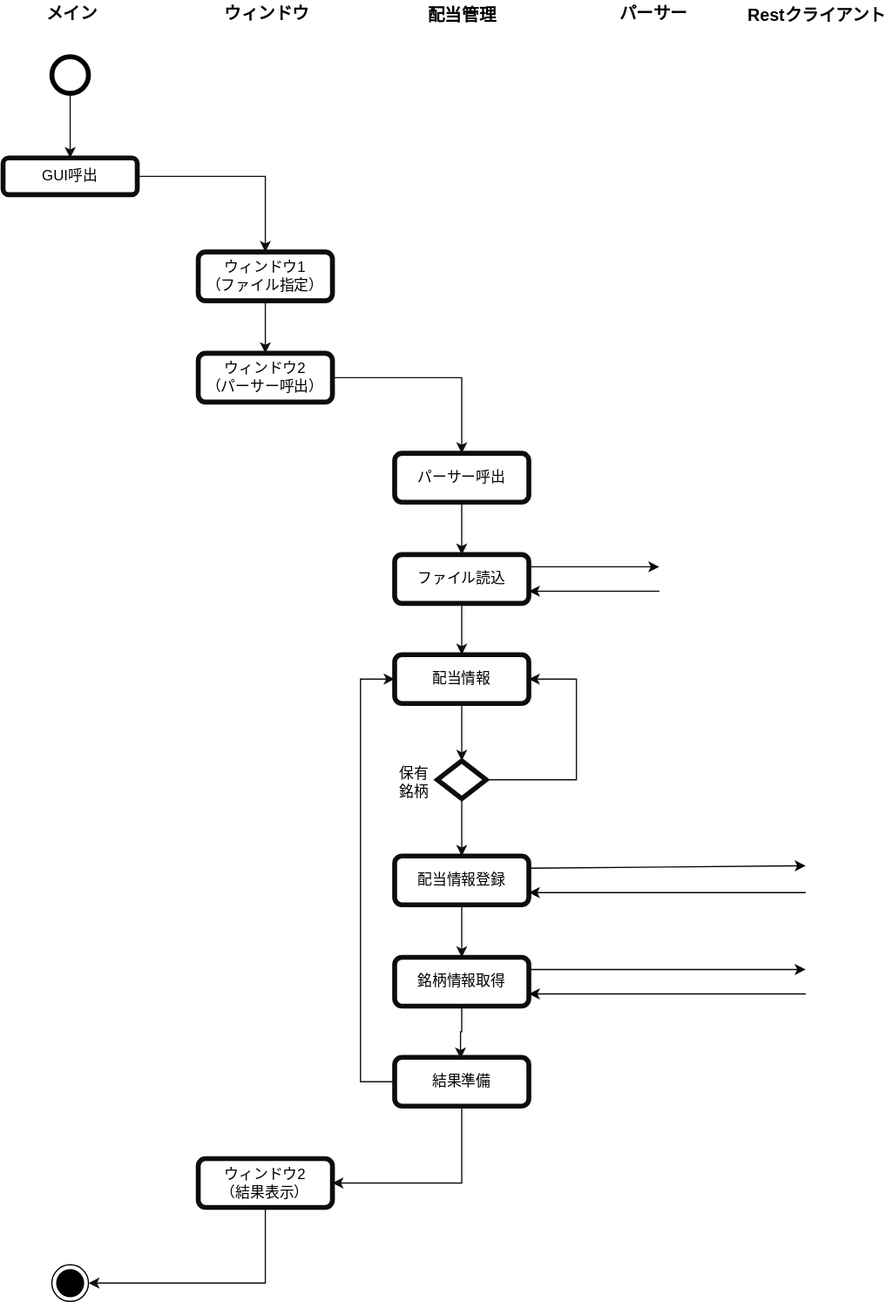
This is docs/activity.drawio.svg from of3jlmssoo/djangorest-simple-app, a draw.io export, as it was before one commit. Source tidied: cells renumbered, new cells last; positions are measured from the earlier drawing's top-left corner, leaving out a move shared by most shapes.
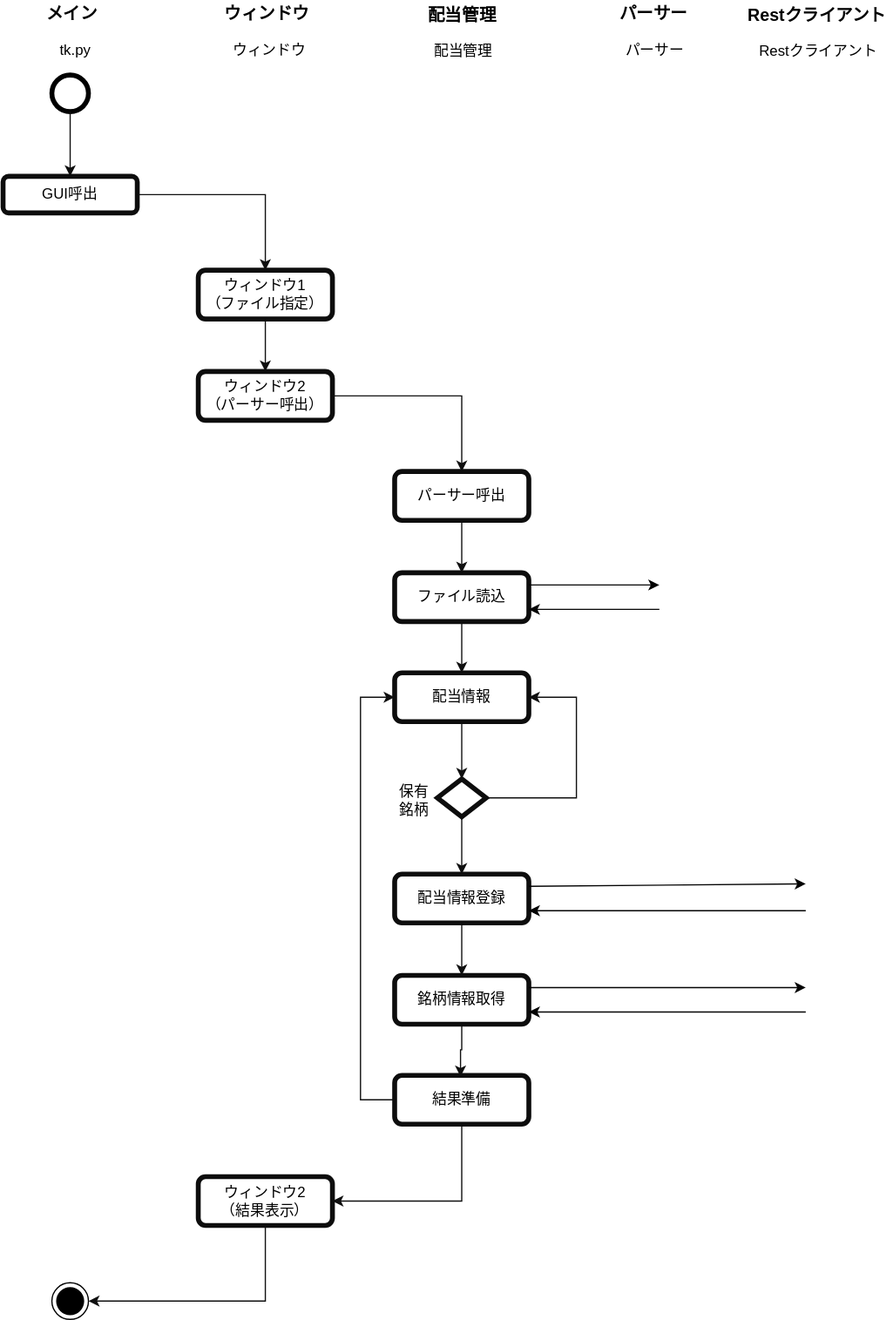
Later version of the same file.

What changed in the source:
```diff
@@ -97,19 +97,19 @@
       </mxGeometry>
     </mxCell>
     <mxCell id="26" value="メイン" style="text;html=1;align=center;verticalAlign=middle;strokeColor=none;fontColor=#000000;fontSize=14;fontStyle=1;" parent="1" vertex="1">
-      <mxGeometry x="30" width="52" height="21" as="geometry" />
+      <mxGeometry x="30" y="-15" width="52" height="21" as="geometry" />
     </mxCell>
     <mxCell id="27" value="ウィンドウ" style="text;html=1;align=center;verticalAlign=middle;strokeColor=none;fontColor=#000000;fontSize=14;fontStyle=1;" parent="1" vertex="1">
-      <mxGeometry x="176" width="80" height="21" as="geometry" />
+      <mxGeometry x="176" y="-15" width="80" height="21" as="geometry" />
     </mxCell>
     <mxCell id="28" value="配当管理" style="text;html=1;align=center;verticalAlign=middle;strokeColor=none;fontColor=#000000;fontSize=14;fontStyle=1;" parent="1" vertex="1">
-      <mxGeometry x="343" y="1" width="66" height="21" as="geometry" />
+      <mxGeometry x="343" y="-14" width="66" height="21" as="geometry" />
     </mxCell>
     <mxCell id="29" value="パーサー" style="text;html=1;align=center;verticalAlign=middle;strokeColor=none;fontColor=#000000;fontSize=14;fontStyle=1;" parent="1" vertex="1">
-      <mxGeometry x="500" width="66" height="21" as="geometry" />
+      <mxGeometry x="500" y="-15" width="66" height="21" as="geometry" />
     </mxCell>
     <mxCell id="30" value="Restクライアント" style="text;html=1;align=center;verticalAlign=middle;strokeColor=none;fontColor=#000000;fontSize=14;fontStyle=1;" parent="1" vertex="1">
-      <mxGeometry x="605" y="1" width="124" height="21" as="geometry" />
+      <mxGeometry x="605" y="-14" width="124" height="21" as="geometry" />
     </mxCell>
     <mxCell id="31" value="銘柄情報取得" style="rounded=1;whiteSpace=wrap;html=1;strokeColor=#0D0D0D;strokeWidth=4;fillColor=none;fontColor=#000000;" parent="1" vertex="1">
       <mxGeometry x="321" y="784" width="110" height="40" as="geometry" />
@@ -153,5 +153,20 @@
         <mxPoint x="658" y="814" as="targetPoint" />
       </mxGeometry>
     </mxCell>
+    <mxCell id="41" value="tk.py" style="text;html=1;align=center;verticalAlign=middle;strokeColor=none;fontColor=#000000;fontSize=12;fontStyle=0;" parent="1" vertex="1">
+      <mxGeometry x="41" y="17" width="35" height="18" as="geometry" />
+    </mxCell>
+    <mxCell id="42" value="ウィンドウ" style="text;html=1;align=center;verticalAlign=middle;strokeColor=none;fontColor=#000000;fontSize=12;fontStyle=0;" parent="1" vertex="1">
+      <mxGeometry x="183" y="17" width="70" height="18" as="geometry" />
+    </mxCell>
+    <mxCell id="43" value="配当管理" style="text;html=1;align=center;verticalAlign=middle;strokeColor=none;fontColor=#000000;fontSize=12;fontStyle=0;" parent="1" vertex="1">
+      <mxGeometry x="348" y="18" width="58" height="18" as="geometry" />
+    </mxCell>
+    <mxCell id="44" value="パーサー" style="text;html=1;align=center;verticalAlign=middle;strokeColor=none;fontColor=#000000;fontSize=12;fontStyle=0;" parent="1" vertex="1">
+      <mxGeometry x="505" y="17" width="58" height="18" as="geometry" />
+    </mxCell>
+    <mxCell id="45" value="Restクライアント" style="text;html=1;align=center;verticalAlign=middle;strokeColor=none;fontColor=#000000;fontSize=12;fontStyle=0;" parent="1" vertex="1">
+      <mxGeometry x="615" y="18" width="106" height="18" as="geometry" />
+    </mxCell>
   </root>
 </mxGraphModel>
```
